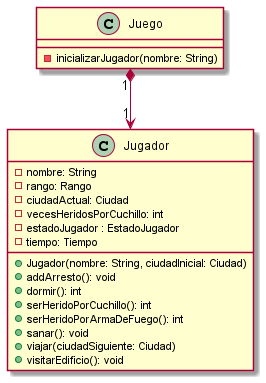
The PlantUML diagram diagrams/classes/Entrega1/claseJugador.png in alexguttlein/TP2-CarmenSandiego, before a commit.
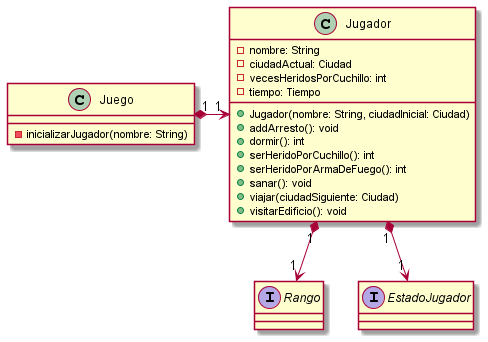
The same file after the commit.

Commit message:
Se actualiza informe y diagramas

Change to the diagram source:
```diff
@@ -6,10 +6,8 @@
 
 class Jugador {
     -nombre: String
-    -rango: Rango
     -ciudadActual: Ciudad
     -vecesHeridosPorCuchillo: int
-    -estadoJugador : EstadoJugador
     -tiempo: Tiempo
 
 
@@ -23,6 +21,11 @@
     +visitarEdificio(): void
 }
 
-Juego "1"*-->"1" Jugador
+interface Rango{}
 
+interface EstadoJugador
+
+Juego "1"*-right->"1" Jugador
+Jugador "1"*-down->"1" Rango
+Jugador "1"*-down->"1" EstadoJugador
 @enduml
```
